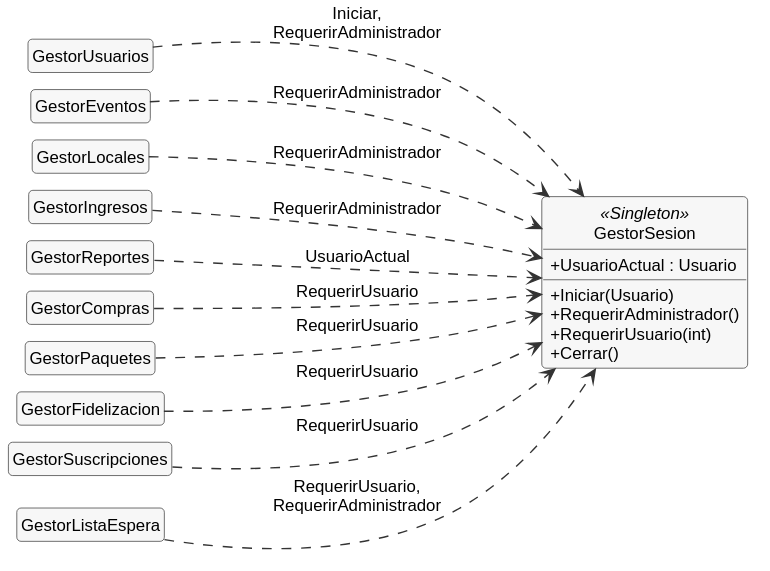
This is docs/diagramas/clases-6-autorizacion.svg from MaximoAmbro/TrabajoDeDiploma, a PlantUML export, as it was before one commit. Its diagram source:
```plantuml
@startuml
!include _estilo.iuml
left to right direction
skinparam nodesep 12
skinparam ranksep 140
hide empty members

class GestorUsuarios
class GestorEventos
class GestorLocales
class GestorIngresos
class GestorReportes
class GestorCompras
class GestorPaquetes
class GestorFidelizacion
class GestorSuscripciones
class GestorListaEspera
class GestorSesion <<Singleton>> {
  + UsuarioActual : Usuario
  + Iniciar(Usuario)
  + RequerirAdministrador()
  + RequerirUsuario(int)
  + Cerrar()
}

GestorUsuarios ..> GestorSesion : Iniciar,\nRequerirAdministrador
GestorEventos ..> GestorSesion : RequerirAdministrador
GestorLocales ..> GestorSesion : RequerirAdministrador
GestorIngresos ..> GestorSesion : RequerirAdministrador
GestorReportes ..> GestorSesion : UsuarioActual
GestorCompras ..> GestorSesion : RequerirUsuario
GestorPaquetes ..> GestorSesion : RequerirUsuario
GestorFidelizacion ..> GestorSesion : RequerirUsuario
GestorSuscripciones ..> GestorSesion : RequerirUsuario
GestorListaEspera ..> GestorSesion : RequerirUsuario,\nRequerirAdministrador
@enduml
```
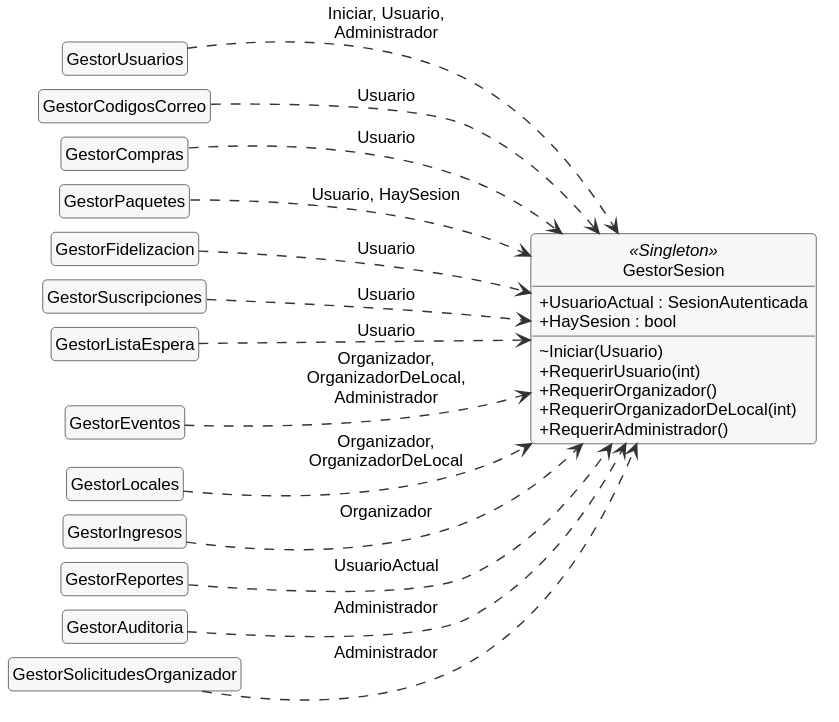
Later version of the same file.

Change to the diagram source:
```diff
@@ -1,36 +1,44 @@
 @startuml
 !include _estilo.iuml
 left to right direction
-skinparam nodesep 12
-skinparam ranksep 140
+skinparam nodesep 10
+skinparam ranksep 90
 hide empty members
 
 class GestorUsuarios
-class GestorEventos
-class GestorLocales
-class GestorIngresos
-class GestorReportes
+class GestorCodigosCorreo
 class GestorCompras
 class GestorPaquetes
 class GestorFidelizacion
 class GestorSuscripciones
 class GestorListaEspera
+class GestorEventos
+class GestorLocales
+class GestorIngresos
+class GestorReportes
+class GestorAuditoria
+class GestorSolicitudesOrganizador
 class GestorSesion <<Singleton>> {
-  + UsuarioActual : Usuario
-  + Iniciar(Usuario)
+  + UsuarioActual : SesionAutenticada
+  + HaySesion : bool
+  ~ Iniciar(Usuario)
+  + RequerirUsuario(int)
+  + RequerirOrganizador()
+  + RequerirOrganizadorDeLocal(int)
   + RequerirAdministrador()
-  + RequerirUsuario(int)
-  + Cerrar()
 }
 
-GestorUsuarios ..> GestorSesion : Iniciar,\nRequerirAdministrador
-GestorEventos ..> GestorSesion : RequerirAdministrador
-GestorLocales ..> GestorSesion : RequerirAdministrador
-GestorIngresos ..> GestorSesion : RequerirAdministrador
+GestorUsuarios ..> GestorSesion : Iniciar, Usuario,\nAdministrador
+GestorCodigosCorreo ..> GestorSesion : Usuario
+GestorCompras ..> GestorSesion : Usuario
+GestorPaquetes ..> GestorSesion : Usuario, HaySesion
+GestorFidelizacion ..> GestorSesion : Usuario
+GestorSuscripciones ..> GestorSesion : Usuario
+GestorListaEspera ..> GestorSesion : Usuario
+GestorEventos ..> GestorSesion : Organizador,\nOrganizadorDeLocal,\nAdministrador
+GestorLocales ..> GestorSesion : Organizador,\nOrganizadorDeLocal
+GestorIngresos ..> GestorSesion : Organizador
 GestorReportes ..> GestorSesion : UsuarioActual
-GestorCompras ..> GestorSesion : RequerirUsuario
-GestorPaquetes ..> GestorSesion : RequerirUsuario
-GestorFidelizacion ..> GestorSesion : RequerirUsuario
-GestorSuscripciones ..> GestorSesion : RequerirUsuario
-GestorListaEspera ..> GestorSesion : RequerirUsuario,\nRequerirAdministrador
+GestorAuditoria ..> GestorSesion : Administrador
+GestorSolicitudesOrganizador ..> GestorSesion : Administrador
 @enduml
```
